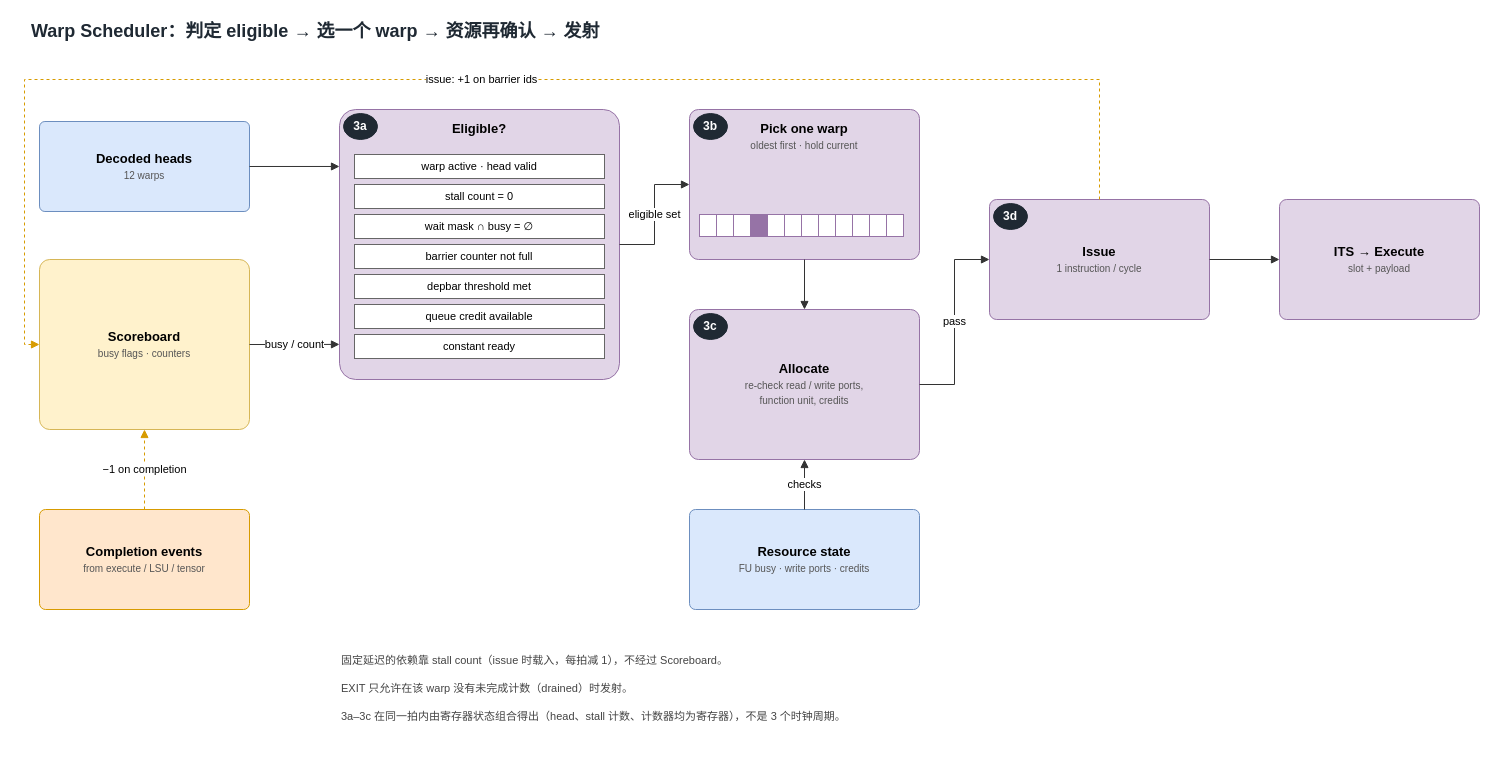
WHUDYF/PPT-generate keeps this draw.io diagram as projects/currygpu_subcore_ppt169_20261004/sources/02-warp-scheduler.drawio. Above is the earlier version. Source tidied: cells renumbered, new cells numbered last; positions are measured from the earlier drawing's top-left corner, leaving out a move shared by most shapes. Both pictures are drawn from the tidied source at 100%, with x=0, y=0 at pixel (24, 17).
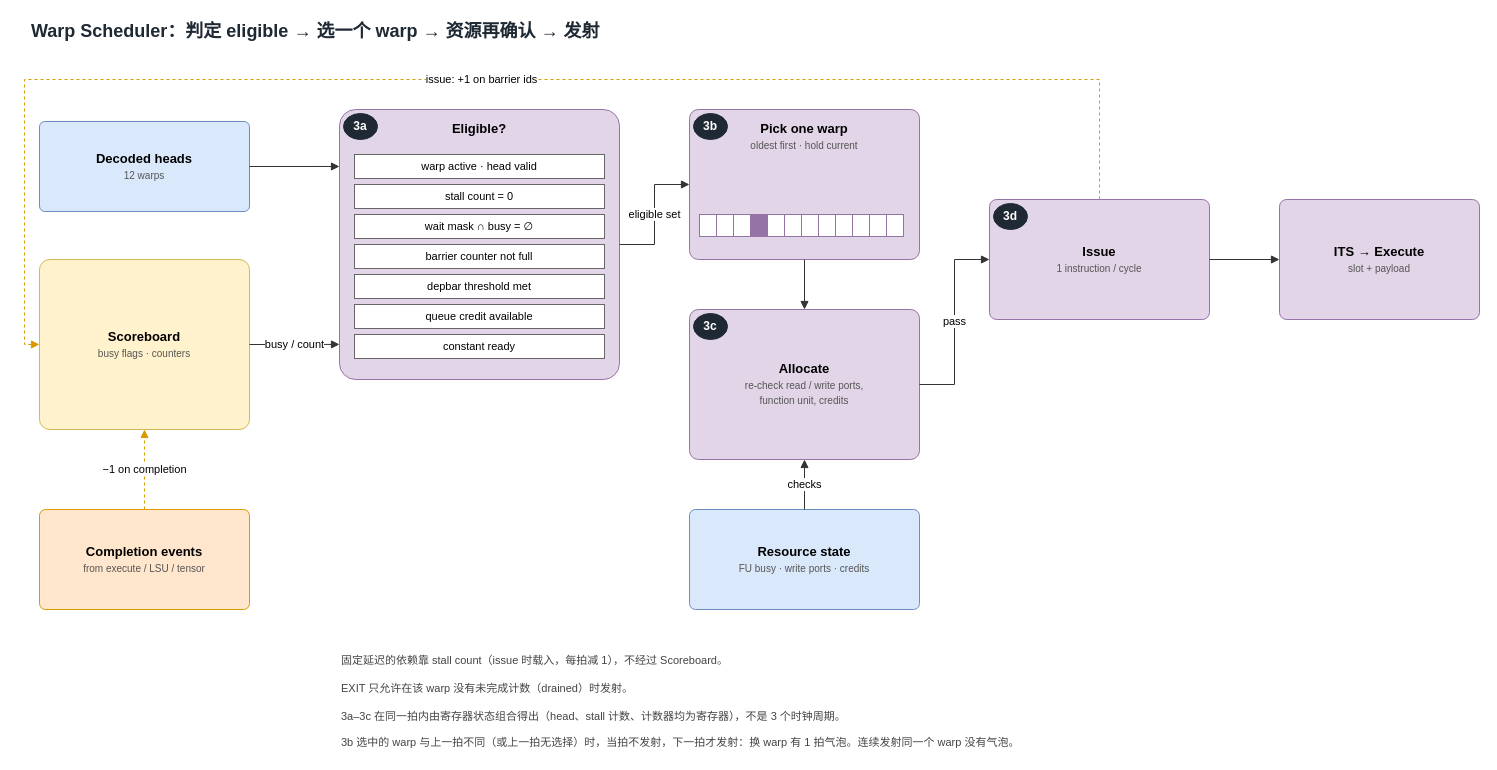
The same diagram, later.

The edit, as a diff of the source:
```diff
@@
+    <mxCell id="47" value="3b 选中的 warp 与上一拍不同（或上一拍无选择）时，当拍不发射，下一拍才发射：换 warp 有 1 拍气泡。连续发射同一个 warp 没有气泡。" style="text;html=1;align=left;verticalAlign=middle;whiteSpace=wrap;fontSize=11;fontColor=#444444;" parent="1" vertex="1">
+      <mxGeometry x="315" y="714" width="1100" height="22" as="geometry" />
+    </mxCell>
```
